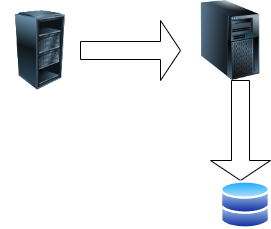
Earlier version of the draw.io export drawio/未命名绘图.drawio.png (liuyandeng/GitPages). Source tidied: cells renumbered, new cells last; positions are measured from the earlier drawing's top-left corner, leaving out a move shared by most shapes.
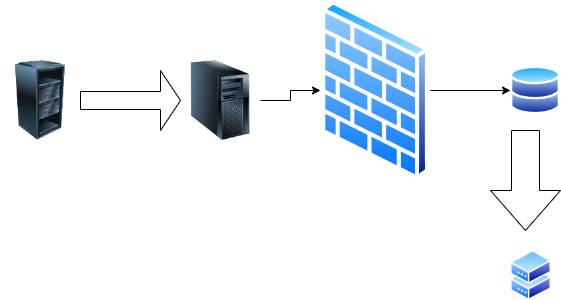
After the commit.

Commit message:
更新未命名绘图.drawio.png

The edit, as a diff of the source:
```diff
@@ -5,17 +5,29 @@
     <mxCell id="2" style="image;html=1;image=img/lib/clip_art/computers/Server_Rack_Partial_128x128.png;" parent="1" vertex="1">
       <mxGeometry y="10" width="80" height="80" as="geometry" />
     </mxCell>
+    <mxCell id="7" style="edgeStyle=orthogonalEdgeStyle;rounded=0;jettySize=auto;html=1;entryX=0;entryY=0.5;entryDx=0;entryDy=0;" parent="1" edge="1" source="3" target="10">
+      <mxGeometry relative="1" as="geometry" />
+    </mxCell>
     <mxCell id="3" style="image;html=1;image=img/lib/clip_art/computers/Server_Tower_128x128.png;" parent="1" vertex="1">
-      <mxGeometry x="190" width="80" height="80" as="geometry" />
+      <mxGeometry x="180" y="10" width="80" height="80" as="geometry" />
     </mxCell>
     <mxCell id="4" style="shape=singleArrow;whiteSpace=wrap;html=1;" parent="1" vertex="1">
       <mxGeometry x="80" y="20" width="100" height="60" as="geometry" />
     </mxCell>
-    <mxCell id="5" style="shape=singleArrow;direction=south;whiteSpace=wrap;html=1;" parent="1" vertex="1">
-      <mxGeometry x="210" y="80" width="60" height="100" as="geometry" />
-    </mxCell>
     <mxCell id="6" style="image;perimeter=ellipsePerimeter;html=1;align=center;shadow=0;dashed=0;spacingTop=3;image=img/lib/active_directory/databases.svg;" parent="1" vertex="1">
-      <mxGeometry x="220" y="180" width="50" height="49" as="geometry" />
+      <mxGeometry x="510" y="15.5" width="50" height="49" as="geometry" />
     </mxCell>
+    <mxCell id="8" style="image;perimeter=ellipsePerimeter;html=1;align=center;shadow=0;dashed=0;spacingTop=3;image=img/lib/active_directory/shadowed_router.svg;" parent="1" vertex="1">
+      <mxGeometry x="510" y="200" width="41" height="50" as="geometry" />
+    </mxCell>
+    <mxCell id="9" style="edgeStyle=orthogonalEdgeStyle;rounded=0;jettySize=auto;html=1;" parent="1" edge="1" source="10" target="6">
+      <mxGeometry relative="1" as="geometry" />
+    </mxCell>
+    <mxCell id="10" style="image;perimeter=ellipsePerimeter;html=1;align=center;shadow=0;dashed=0;spacingTop=3;image=img/lib/active_directory/firewall.svg;" parent="1" vertex="1">
+      <mxGeometry x="320" y="-50" width="109.8" height="180" as="geometry" />
+    </mxCell>
+    <mxCell id="11" style="html=1;shadow=0;dashed=0;align=center;verticalAlign=middle;shape=mxgraph.arrows2.arrow;dy=0.6;dx=40;direction=south;notch=0;" parent="1" vertex="1">
+      <mxGeometry x="490" y="80" width="70" height="100" as="geometry" />
+    </mxCell>
   </root>
 </mxGraphModel>
```
